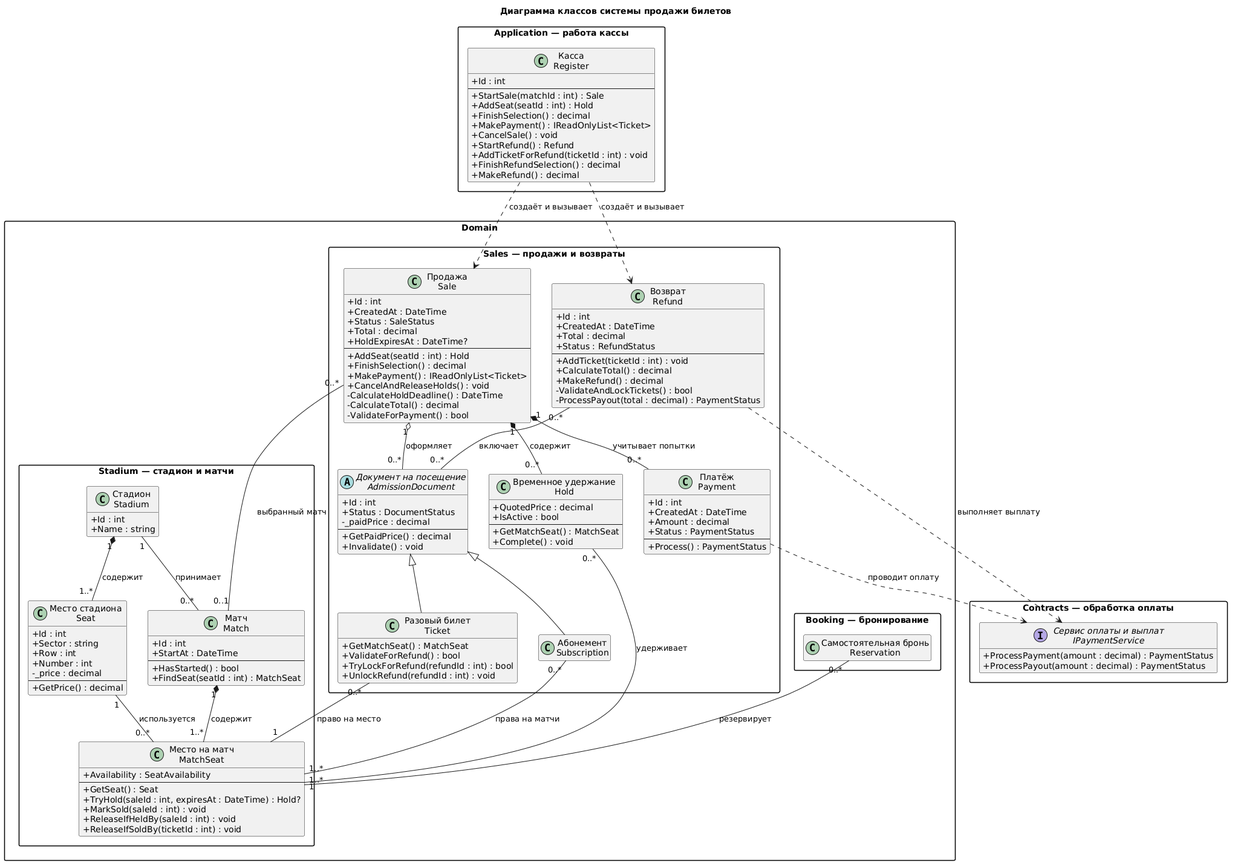
Above: Диаграмма классов.png in penamarth/-bsbo-10-24_team3_var10_football (PlantUML), before the change.
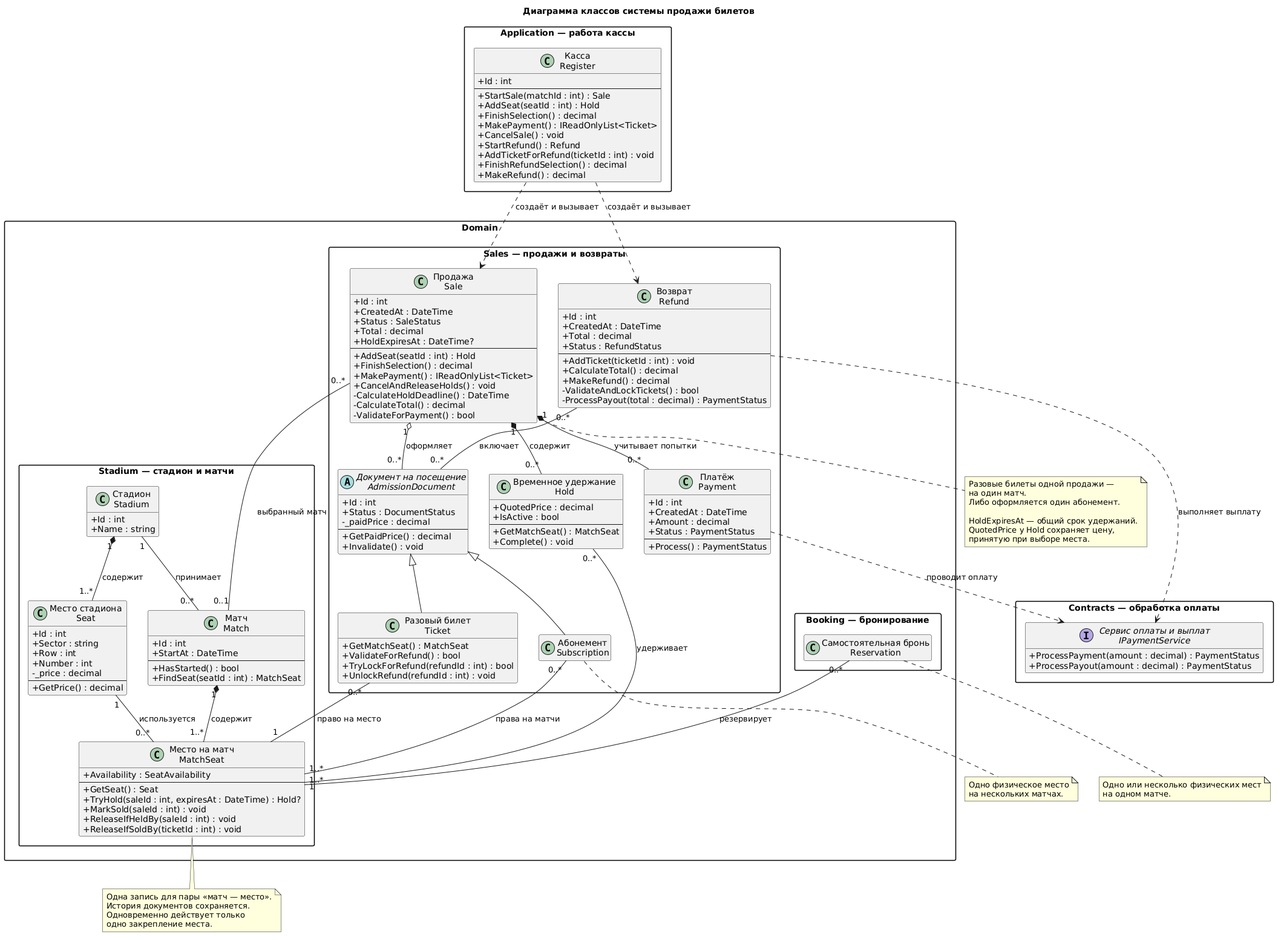
The same file after the commit.

Commit message:
class diagram notes added

Diff of the diagram source:
```diff
@@ -158,4 +158,31 @@
 
 Payment ..> IPaymentService : проводит оплату
 Refund ..> IPaymentService : выполняет выплату
+
+note bottom of Sale
+  Разовые билеты одной продажи —
+  на один матч.
+  Либо оформляется один абонемент.
+
+  HoldExpiresAt — общий срок удержаний.
+  QuotedPrice у Hold сохраняет цену,
+  принятую при выборе места.
+end note
+
+note bottom of Subscription
+  Одно физическое место
+  на нескольких матчах.
+end note
+
+note bottom of Reservation
+  Одно или несколько физических мест
+  на одном матче.
+end note
+
+note bottom of MatchSeat
+  Одна запись для пары «матч — место».
+  История документов сохраняется.
+  Одновременно действует только
+  одно закрепление места.
+end note
 @enduml
```
